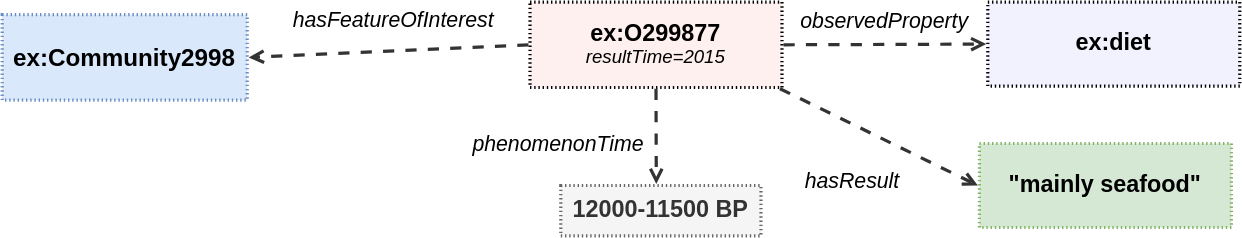
Earlier version of the draw.io export ssn/images/diet.svg (afeliachi/sdw-sosa-ssn). Source tidied: cells renumbered, new cells last; positions are measured from the earlier drawing's top-left corner, leaving out a move shared by most shapes. Its diagram source:
```xml
<mxGraphModel>
  <root>
    <mxCell id="0" />
    <mxCell id="1" parent="0" />
    <mxCell id="2" value="ex:Community2998" style="html=1;overflow=block;blockSpacing=1;whiteSpace=wrap;fontSize=17.3;fontStyle=1;align=center;spacing=0;strokeOpacity=100;fillOpacity=100;fillColor=#dae8fc;dashed=1;fixDash=1;dashPattern=1 2;strokeWidth=2.3;strokeColor=#6c8ebf;" parent="1" vertex="1">
      <mxGeometry y="9" width="175" height="61" as="geometry" />
    </mxCell>
    <mxCell id="3" value="&lt;div style=&quot;display: flex; justify-content: center; text-align: center; align-items: baseline; font-size: 0; line-height: 1.25;margin-top: -2px;&quot;&gt;&lt;span&gt;&lt;span style=&quot;font-size:16.7px;font-weight: bold;&quot;&gt;ex:O299877&lt;br&gt;&lt;/span&gt;&lt;/span&gt;&lt;/div&gt;&lt;div style=&quot;display: flex; justify-content: center; text-align: center; align-items: baseline; font-size: 0; line-height: 1.25;margin-top: -2px;&quot;&gt;&lt;span&gt;&lt;span style=&quot;font-size:13.3px;font-style: italic;&quot;&gt;resultTime=2015&lt;/span&gt;&lt;/span&gt;&lt;/div&gt;" style="align=center;whiteSpace=wrap;overflow=block;blockSpacing=1;html=1;fontSize=13;spacing=0;strokeOpacity=100;fillOpacity=100;fillColor=#fff0f0;dashed=1;fixDash=1;dashPattern=1 2;strokeWidth=2.3;" parent="1" vertex="1">
      <mxGeometry x="377" width="180" height="61" as="geometry" />
    </mxCell>
    <mxCell id="4" value="hasFeatureOfInterest" style="html=1;overflow=block;blockSpacing=1;whiteSpace=wrap;fontSize=15.2;fontStyle=2;align=center;spacing=0;strokeColor=none;strokeOpacity=100;fillOpacity=100;fillColor=none;strokeWidth=2.3;lucidId=jgwLs.1RQZZ0;" parent="1" vertex="1">
      <mxGeometry x="208" width="135" height="26" as="geometry" />
    </mxCell>
    <mxCell id="5" style="html=1;jettySize=18;whiteSpace=wrap;fontSize=13;strokeColor=#333333;strokeOpacity=100;dashed=1;fixDash=1;dashPattern=8 8;strokeWidth=2.3;rounded=0;startArrow=none;endArrow=open;exitX=-0.006;exitY=0.5;exitPerimeter=0;entryX=1.006;entryY=0.5;entryPerimeter=0;lucidId=IgwLq3Wi_Xxl;" parent="1" edge="1" source="3" target="2">
      <mxGeometry relative="1" as="geometry" />
    </mxCell>
    <mxCell id="6" value="ex:diet" style="html=1;overflow=block;blockSpacing=1;whiteSpace=wrap;fontSize=16.7;fontStyle=1;align=center;spacing=0;strokeOpacity=100;fillOpacity=100;fillColor=#f2f2ff;dashed=1;fixDash=1;dashPattern=1 2;strokeWidth=2.3;" parent="1" vertex="1">
      <mxGeometry x="704" width="180" height="60" as="geometry" />
    </mxCell>
    <mxCell id="7" style="html=1;jettySize=18;whiteSpace=wrap;fontSize=13;strokeColor=#333333;strokeOpacity=100;dashed=1;fixDash=1;dashPattern=8 8;strokeWidth=2.3;rounded=0;startArrow=none;endArrow=open;exitX=1.006;exitY=0.5;exitPerimeter=0;entryX=-0.006;entryY=0.5;entryPerimeter=0;lucidId=TjwLzuc8BQT7;" parent="1" edge="1" source="3" target="6">
      <mxGeometry relative="1" as="geometry" />
    </mxCell>
    <mxCell id="8" value="observedProperty" style="html=1;overflow=block;blockSpacing=1;whiteSpace=wrap;fontSize=15.2;fontStyle=2;align=center;spacing=0;strokeColor=none;strokeOpacity=100;fillOpacity=100;fillColor=none;strokeWidth=2.3;lucidId=3jwL-ZD~5yd2;" parent="1" vertex="1">
      <mxGeometry x="563" width="135" height="27" as="geometry" />
    </mxCell>
    <mxCell id="9" value="&quot;mainly seafood&quot;" style="html=1;overflow=block;blockSpacing=1;whiteSpace=wrap;fontSize=16.7;fontStyle=1;align=center;spacing=0;strokeOpacity=100;fillOpacity=100;fillColor=#d5e8d4;dashed=1;fixDash=1;dashPattern=1 2;strokeWidth=2.3;strokeColor=#82b366;" parent="1" vertex="1">
      <mxGeometry x="698" y="101" width="180" height="60" as="geometry" />
    </mxCell>
    <mxCell id="10" style="html=1;jettySize=18;whiteSpace=wrap;fontSize=13;strokeColor=#333333;strokeOpacity=100;dashed=1;fixDash=1;dashPattern=8 8;strokeWidth=2.3;rounded=0;startArrow=none;endArrow=open;exitX=0.992;exitY=1.014;exitPerimeter=0;entryX=-0.006;entryY=0.5;entryPerimeter=0;lucidId=WnwLMvvnYdkJ;" parent="1" edge="1" source="3" target="9">
      <mxGeometry relative="1" as="geometry" />
    </mxCell>
    <mxCell id="11" value="hasResult" style="html=1;overflow=block;blockSpacing=1;whiteSpace=wrap;fontSize=15.2;fontStyle=2;align=center;spacing=0;strokeColor=none;strokeOpacity=100;fillOpacity=100;fillColor=none;strokeWidth=2.3;lucidId=WnwL6gIpAU2B;" parent="1" vertex="1">
      <mxGeometry x="540" y="114" width="135" height="27" as="geometry" />
    </mxCell>
    <mxCell id="12" value="12000-11500 BP" style="html=1;overflow=block;blockSpacing=1;whiteSpace=wrap;fontSize=16.7;fontStyle=1;align=center;spacing=0;strokeOpacity=100;fillOpacity=100;fillColor=#f5f5f5;dashed=1;fixDash=1;dashPattern=1 2;strokeWidth=2.3;strokeColor=#666666;fontColor=#333333;" parent="1" vertex="1">
      <mxGeometry x="399" y="131" width="143" height="36" as="geometry" />
    </mxCell>
    <mxCell id="13" style="html=1;jettySize=18;whiteSpace=wrap;fontSize=13;strokeColor=#333333;strokeOpacity=100;dashed=1;fixDash=1;dashPattern=8 8;strokeWidth=2.3;rounded=0;startArrow=none;endArrow=open;exitX=0.5;exitY=1.014;exitPerimeter=0;entryX=0.477;entryY=-0.031;entryPerimeter=0;lucidId=LqwLrqi~4e8v;" parent="1" edge="1" source="3" target="12">
      <mxGeometry relative="1" as="geometry" />
    </mxCell>
    <mxCell id="14" value="phenomenonTime" style="html=1;overflow=block;blockSpacing=1;whiteSpace=wrap;fontSize=15.2;fontStyle=2;align=center;spacing=0;strokeColor=none;strokeOpacity=100;fillOpacity=100;fillColor=none;strokeWidth=2.3;lucidId=-qwL0oLUa0J2;" parent="1" vertex="1">
      <mxGeometry x="330" y="88" width="135" height="27" as="geometry" />
    </mxCell>
  </root>
</mxGraphModel>
```
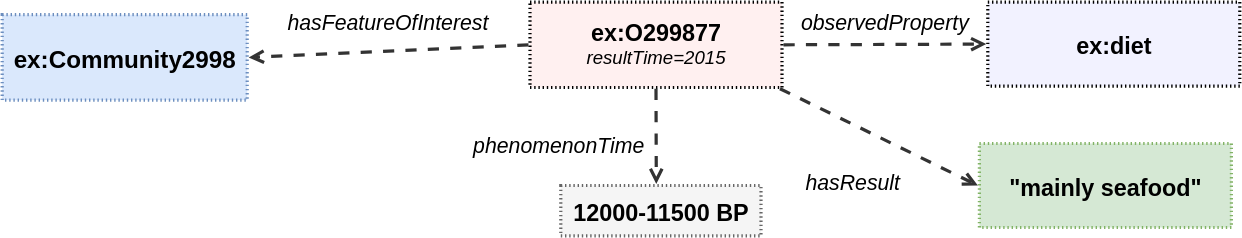
Above is the later version.

What changed in the source:
```diff
@@ -2,43 +2,43 @@
   <root>
     <mxCell id="0" />
     <mxCell id="1" parent="0" />
-    <mxCell id="2" value="ex:Community2998" style="html=1;overflow=block;blockSpacing=1;whiteSpace=wrap;fontSize=17.3;fontStyle=1;align=center;spacing=0;strokeOpacity=100;fillOpacity=100;fillColor=#dae8fc;dashed=1;fixDash=1;dashPattern=1 2;strokeWidth=2.3;strokeColor=#6c8ebf;" parent="1" vertex="1">
+    <mxCell id="2" value="ex:Community2998" style="html=1;overflow=block;blockSpacing=1;whiteSpace=wrap;fontSize=17.3;fontStyle=1;align=center;spacing=0;strokeOpacity=100;fillOpacity=100;fillColor=#dae8fc;dashed=1;fixDash=1;dashPattern=1 2;strokeWidth=2.3;strokeColor=#6c8ebf;fontColor=default;convertToSvg=1;" parent="1" vertex="1">
       <mxGeometry y="9" width="175" height="61" as="geometry" />
     </mxCell>
-    <mxCell id="3" value="&lt;div style=&quot;display: flex; justify-content: center; text-align: center; align-items: baseline; font-size: 0; line-height: 1.25;margin-top: -2px;&quot;&gt;&lt;span&gt;&lt;span style=&quot;font-size:16.7px;font-weight: bold;&quot;&gt;ex:O299877&lt;br&gt;&lt;/span&gt;&lt;/span&gt;&lt;/div&gt;&lt;div style=&quot;display: flex; justify-content: center; text-align: center; align-items: baseline; font-size: 0; line-height: 1.25;margin-top: -2px;&quot;&gt;&lt;span&gt;&lt;span style=&quot;font-size:13.3px;font-style: italic;&quot;&gt;resultTime=2015&lt;/span&gt;&lt;/span&gt;&lt;/div&gt;" style="align=center;whiteSpace=wrap;overflow=block;blockSpacing=1;html=1;fontSize=13;spacing=0;strokeOpacity=100;fillOpacity=100;fillColor=#fff0f0;dashed=1;fixDash=1;dashPattern=1 2;strokeWidth=2.3;" parent="1" vertex="1">
+    <mxCell id="3" value="&lt;div style=&quot;display: flex; justify-content: center; text-align: center; align-items: baseline; font-size: 0; line-height: 1.25;margin-top: -2px;&quot;&gt;&lt;span&gt;&lt;span style=&quot;font-size:16.7px;font-weight: bold;&quot;&gt;ex:O299877&lt;br&gt;&lt;/span&gt;&lt;/span&gt;&lt;/div&gt;&lt;div style=&quot;display: flex; justify-content: center; text-align: center; align-items: baseline; font-size: 0; line-height: 1.25;margin-top: -2px;&quot;&gt;&lt;span&gt;&lt;span style=&quot;font-size:13.3px;font-style: italic;&quot;&gt;resultTime=2015&lt;/span&gt;&lt;/span&gt;&lt;/div&gt;" style="align=center;whiteSpace=wrap;overflow=block;blockSpacing=1;html=1;fontSize=13;spacing=0;strokeOpacity=100;fillOpacity=100;fillColor=#fff0f0;dashed=1;fixDash=1;dashPattern=1 2;strokeWidth=2.3;fontColor=default;convertToSvg=1;" parent="1" vertex="1">
       <mxGeometry x="377" width="180" height="61" as="geometry" />
     </mxCell>
-    <mxCell id="4" value="hasFeatureOfInterest" style="html=1;overflow=block;blockSpacing=1;whiteSpace=wrap;fontSize=15.2;fontStyle=2;align=center;spacing=0;strokeColor=none;strokeOpacity=100;fillOpacity=100;fillColor=none;strokeWidth=2.3;lucidId=jgwLs.1RQZZ0;" parent="1" vertex="1">
+    <mxCell id="4" value="hasFeatureOfInterest" style="html=1;overflow=block;blockSpacing=1;whiteSpace=wrap;fontSize=15.2;fontStyle=2;align=center;spacing=0;strokeColor=none;strokeOpacity=100;fillOpacity=100;fillColor=none;strokeWidth=2.3;lucidId=jgwLs.1RQZZ0;fontColor=default;convertToSvg=1;" parent="1" vertex="1">
       <mxGeometry x="208" width="135" height="26" as="geometry" />
     </mxCell>
-    <mxCell id="5" style="html=1;jettySize=18;whiteSpace=wrap;fontSize=13;strokeColor=#333333;strokeOpacity=100;dashed=1;fixDash=1;dashPattern=8 8;strokeWidth=2.3;rounded=0;startArrow=none;endArrow=open;exitX=-0.006;exitY=0.5;exitPerimeter=0;entryX=1.006;entryY=0.5;entryPerimeter=0;lucidId=IgwLq3Wi_Xxl;" parent="1" edge="1" source="3" target="2">
+    <mxCell id="5" style="html=1;jettySize=18;whiteSpace=wrap;fontSize=13;strokeColor=#333333;strokeOpacity=100;dashed=1;fixDash=1;dashPattern=8 8;strokeWidth=2.3;rounded=0;startArrow=none;endArrow=open;exitX=-0.006;exitY=0.5;exitPerimeter=0;entryX=1.006;entryY=0.5;entryPerimeter=0;lucidId=IgwLq3Wi_Xxl;fontColor=default;convertToSvg=1;" parent="1" edge="1" source="3" target="2">
       <mxGeometry relative="1" as="geometry" />
     </mxCell>
-    <mxCell id="6" value="ex:diet" style="html=1;overflow=block;blockSpacing=1;whiteSpace=wrap;fontSize=16.7;fontStyle=1;align=center;spacing=0;strokeOpacity=100;fillOpacity=100;fillColor=#f2f2ff;dashed=1;fixDash=1;dashPattern=1 2;strokeWidth=2.3;" parent="1" vertex="1">
+    <mxCell id="6" value="ex:diet" style="html=1;overflow=block;blockSpacing=1;whiteSpace=wrap;fontSize=16.7;fontStyle=1;align=center;spacing=0;strokeOpacity=100;fillOpacity=100;fillColor=#f2f2ff;dashed=1;fixDash=1;dashPattern=1 2;strokeWidth=2.3;fontColor=default;convertToSvg=1;" parent="1" vertex="1">
       <mxGeometry x="704" width="180" height="60" as="geometry" />
     </mxCell>
-    <mxCell id="7" style="html=1;jettySize=18;whiteSpace=wrap;fontSize=13;strokeColor=#333333;strokeOpacity=100;dashed=1;fixDash=1;dashPattern=8 8;strokeWidth=2.3;rounded=0;startArrow=none;endArrow=open;exitX=1.006;exitY=0.5;exitPerimeter=0;entryX=-0.006;entryY=0.5;entryPerimeter=0;lucidId=TjwLzuc8BQT7;" parent="1" edge="1" source="3" target="6">
+    <mxCell id="7" style="html=1;jettySize=18;whiteSpace=wrap;fontSize=13;strokeColor=#333333;strokeOpacity=100;dashed=1;fixDash=1;dashPattern=8 8;strokeWidth=2.3;rounded=0;startArrow=none;endArrow=open;exitX=1.006;exitY=0.5;exitPerimeter=0;entryX=-0.006;entryY=0.5;entryPerimeter=0;lucidId=TjwLzuc8BQT7;fontColor=default;convertToSvg=1;" parent="1" edge="1" source="3" target="6">
       <mxGeometry relative="1" as="geometry" />
     </mxCell>
-    <mxCell id="8" value="observedProperty" style="html=1;overflow=block;blockSpacing=1;whiteSpace=wrap;fontSize=15.2;fontStyle=2;align=center;spacing=0;strokeColor=none;strokeOpacity=100;fillOpacity=100;fillColor=none;strokeWidth=2.3;lucidId=3jwL-ZD~5yd2;" parent="1" vertex="1">
+    <mxCell id="8" value="observedProperty" style="html=1;overflow=block;blockSpacing=1;whiteSpace=wrap;fontSize=15.2;fontStyle=2;align=center;spacing=0;strokeColor=none;strokeOpacity=100;fillOpacity=100;fillColor=none;strokeWidth=2.3;lucidId=3jwL-ZD~5yd2;fontColor=default;convertToSvg=1;" parent="1" vertex="1">
       <mxGeometry x="563" width="135" height="27" as="geometry" />
     </mxCell>
-    <mxCell id="9" value="&quot;mainly seafood&quot;" style="html=1;overflow=block;blockSpacing=1;whiteSpace=wrap;fontSize=16.7;fontStyle=1;align=center;spacing=0;strokeOpacity=100;fillOpacity=100;fillColor=#d5e8d4;dashed=1;fixDash=1;dashPattern=1 2;strokeWidth=2.3;strokeColor=#82b366;" parent="1" vertex="1">
+    <mxCell id="9" value="&quot;mainly seafood&quot;" style="html=1;overflow=block;blockSpacing=1;whiteSpace=wrap;fontSize=16.7;fontStyle=1;align=center;spacing=0;strokeOpacity=100;fillOpacity=100;fillColor=#d5e8d4;dashed=1;fixDash=1;dashPattern=1 2;strokeWidth=2.3;strokeColor=#82b366;fontColor=default;convertToSvg=1;" parent="1" vertex="1">
       <mxGeometry x="698" y="101" width="180" height="60" as="geometry" />
     </mxCell>
-    <mxCell id="10" style="html=1;jettySize=18;whiteSpace=wrap;fontSize=13;strokeColor=#333333;strokeOpacity=100;dashed=1;fixDash=1;dashPattern=8 8;strokeWidth=2.3;rounded=0;startArrow=none;endArrow=open;exitX=0.992;exitY=1.014;exitPerimeter=0;entryX=-0.006;entryY=0.5;entryPerimeter=0;lucidId=WnwLMvvnYdkJ;" parent="1" edge="1" source="3" target="9">
+    <mxCell id="10" style="html=1;jettySize=18;whiteSpace=wrap;fontSize=13;strokeColor=#333333;strokeOpacity=100;dashed=1;fixDash=1;dashPattern=8 8;strokeWidth=2.3;rounded=0;startArrow=none;endArrow=open;exitX=0.992;exitY=1.014;exitPerimeter=0;entryX=-0.006;entryY=0.5;entryPerimeter=0;lucidId=WnwLMvvnYdkJ;fontColor=default;convertToSvg=1;" parent="1" edge="1" source="3" target="9">
       <mxGeometry relative="1" as="geometry" />
     </mxCell>
-    <mxCell id="11" value="hasResult" style="html=1;overflow=block;blockSpacing=1;whiteSpace=wrap;fontSize=15.2;fontStyle=2;align=center;spacing=0;strokeColor=none;strokeOpacity=100;fillOpacity=100;fillColor=none;strokeWidth=2.3;lucidId=WnwL6gIpAU2B;" parent="1" vertex="1">
+    <mxCell id="11" value="hasResult" style="html=1;overflow=block;blockSpacing=1;whiteSpace=wrap;fontSize=15.2;fontStyle=2;align=center;spacing=0;strokeColor=none;strokeOpacity=100;fillOpacity=100;fillColor=none;strokeWidth=2.3;lucidId=WnwL6gIpAU2B;fontColor=default;convertToSvg=1;" parent="1" vertex="1">
       <mxGeometry x="540" y="114" width="135" height="27" as="geometry" />
     </mxCell>
-    <mxCell id="12" value="12000-11500 BP" style="html=1;overflow=block;blockSpacing=1;whiteSpace=wrap;fontSize=16.7;fontStyle=1;align=center;spacing=0;strokeOpacity=100;fillOpacity=100;fillColor=#f5f5f5;dashed=1;fixDash=1;dashPattern=1 2;strokeWidth=2.3;strokeColor=#666666;fontColor=#333333;" parent="1" vertex="1">
+    <mxCell id="12" value="12000-11500 BP" style="html=1;overflow=block;blockSpacing=1;whiteSpace=wrap;fontSize=16.7;fontStyle=1;align=center;spacing=0;strokeOpacity=100;fillOpacity=100;fillColor=#f5f5f5;dashed=1;fixDash=1;dashPattern=1 2;strokeWidth=2.3;strokeColor=#666666;fontColor=default;convertToSvg=1;" parent="1" vertex="1">
       <mxGeometry x="399" y="131" width="143" height="36" as="geometry" />
     </mxCell>
-    <mxCell id="13" style="html=1;jettySize=18;whiteSpace=wrap;fontSize=13;strokeColor=#333333;strokeOpacity=100;dashed=1;fixDash=1;dashPattern=8 8;strokeWidth=2.3;rounded=0;startArrow=none;endArrow=open;exitX=0.5;exitY=1.014;exitPerimeter=0;entryX=0.477;entryY=-0.031;entryPerimeter=0;lucidId=LqwLrqi~4e8v;" parent="1" edge="1" source="3" target="12">
+    <mxCell id="13" style="html=1;jettySize=18;whiteSpace=wrap;fontSize=13;strokeColor=#333333;strokeOpacity=100;dashed=1;fixDash=1;dashPattern=8 8;strokeWidth=2.3;rounded=0;startArrow=none;endArrow=open;exitX=0.5;exitY=1.014;exitPerimeter=0;entryX=0.477;entryY=-0.031;entryPerimeter=0;lucidId=LqwLrqi~4e8v;fontColor=default;convertToSvg=1;" parent="1" edge="1" source="3" target="12">
       <mxGeometry relative="1" as="geometry" />
     </mxCell>
-    <mxCell id="14" value="phenomenonTime" style="html=1;overflow=block;blockSpacing=1;whiteSpace=wrap;fontSize=15.2;fontStyle=2;align=center;spacing=0;strokeColor=none;strokeOpacity=100;fillOpacity=100;fillColor=none;strokeWidth=2.3;lucidId=-qwL0oLUa0J2;" parent="1" vertex="1">
+    <mxCell id="14" value="phenomenonTime" style="html=1;overflow=block;blockSpacing=1;whiteSpace=wrap;fontSize=15.2;fontStyle=2;align=center;spacing=0;strokeColor=none;strokeOpacity=100;fillOpacity=100;fillColor=none;strokeWidth=2.3;lucidId=-qwL0oLUa0J2;fontColor=default;convertToSvg=1;" parent="1" vertex="1">
       <mxGeometry x="330" y="88" width="135" height="27" as="geometry" />
     </mxCell>
   </root>
```
